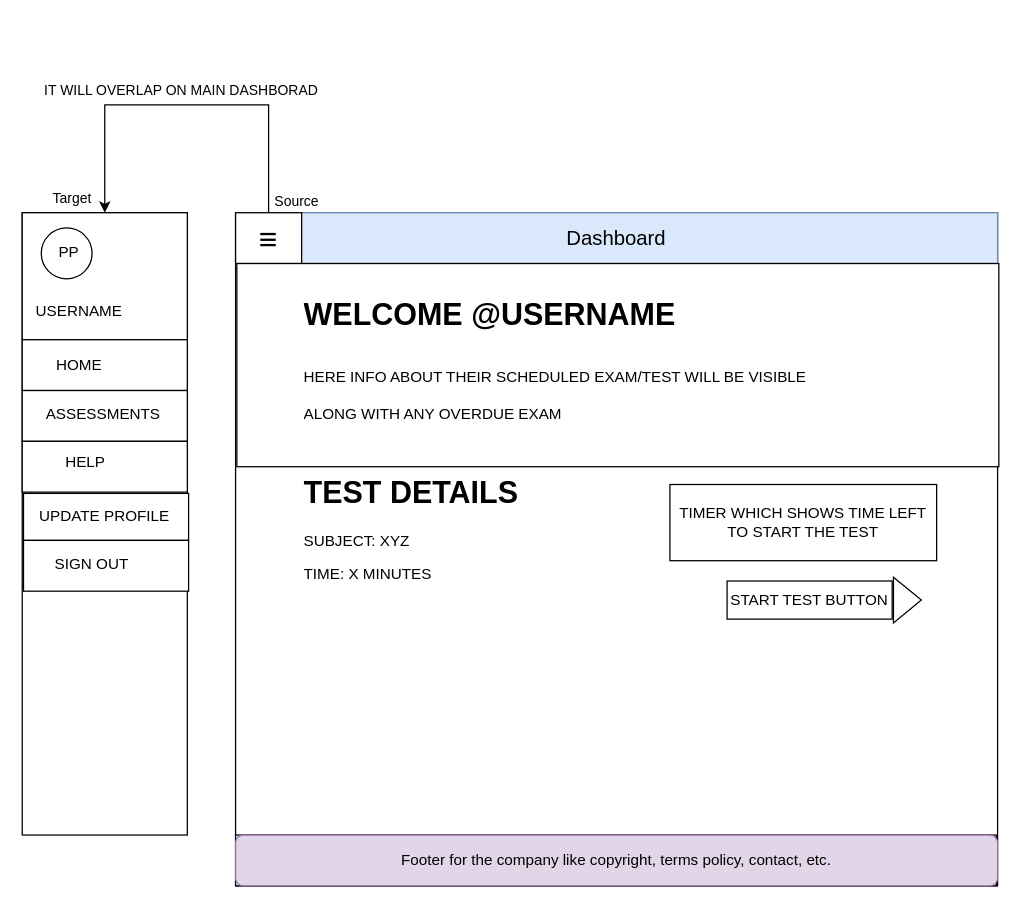
Above: website/layouts/Dashboard Layout 31May.drawio in en-25/frontend (draw.io), before the change. Source tidied: cells renumbered, new cells numbered last; positions are measured from the earlier drawing's top-left corner, leaving out a move shared by most shapes. Both pictures are drawn from the tidied source at 127%, with x=0, y=0 at pixel (22, 104).
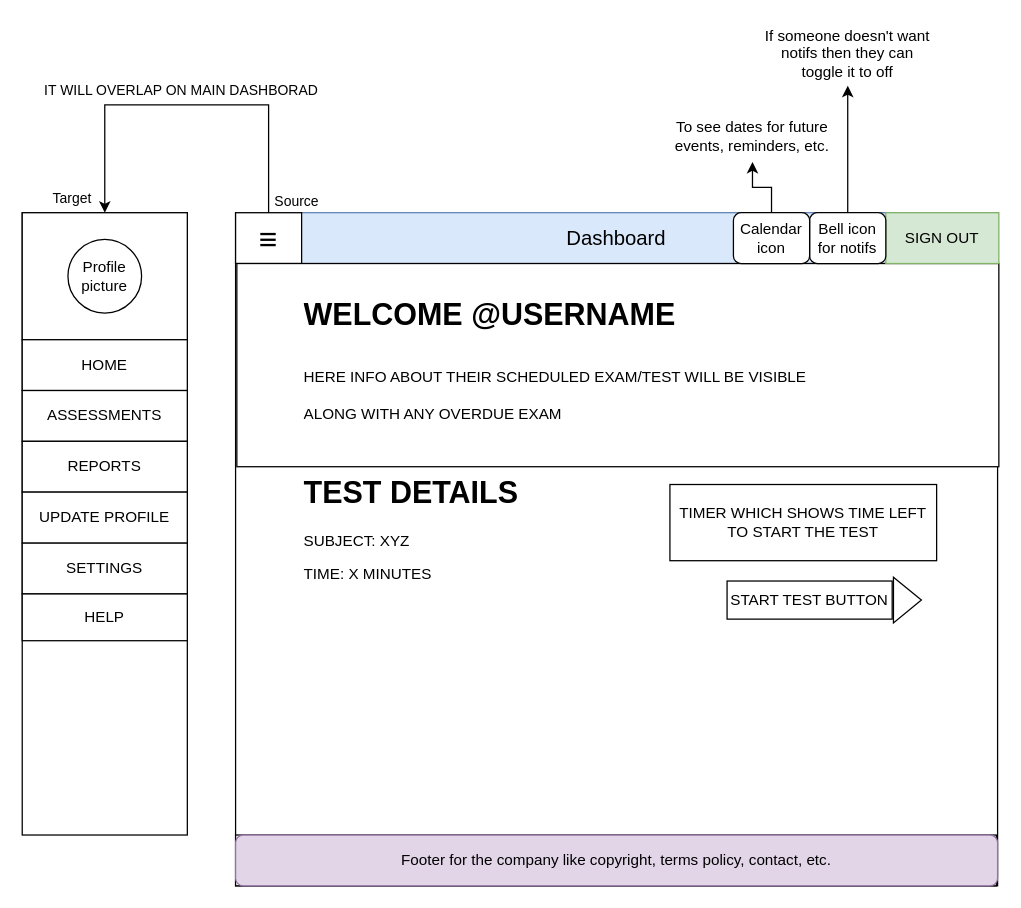
Above is the later version.

Commit message:
Update Dashboard Layout (Home).drawio

What changed in the source:
```diff
@@
-    <mxCell id="9" style="ellipse;whiteSpace=wrap;html=1;" parent="1" vertex="1">
-      <mxGeometry x="15" y="97" width="40" height="40" as="geometry" />
+    <mxCell id="9" value="Profile picture" style="ellipse;whiteSpace=wrap;html=1;" parent="1" vertex="1">
+      <mxGeometry x="36" y="106" width="58" height="58" as="geometry" />
     </mxCell>
-    <mxCell id="10" value="USERNAME" style="text;html=1;align=center;verticalAlign=middle;whiteSpace=wrap;rounded=0;" parent="1" vertex="1">
-      <mxGeometry x="15" y="148" width="60" height="30" as="geometry" />
-    </mxCell>
-    <mxCell id="11" style="rounded=0;whiteSpace=wrap;html=1;" parent="1" vertex="1">
+    <mxCell id="11" value="HOME" style="rounded=0;whiteSpace=wrap;html=1;" parent="1" vertex="1">
       <mxGeometry y="185" width="130" height="40" as="geometry" />
     </mxCell>
-    <mxCell id="12" style="rounded=0;whiteSpace=wrap;html=1;" parent="1" vertex="1">
+    <mxCell id="12" value="ASSESSMENTS" style="rounded=0;whiteSpace=wrap;html=1;" parent="1" vertex="1">
       <mxGeometry y="225" width="130" height="40" as="geometry" />
     </mxCell>
-    <mxCell id="13" style="rounded=0;whiteSpace=wrap;html=1;" parent="1" vertex="1">
-      <mxGeometry y="265" width="130" height="40" as="geometry" />
-    </mxCell>
-    <mxCell id="14" style="rounded=0;whiteSpace=wrap;html=1;" parent="1" vertex="1">
-      <mxGeometry x="1" y="306" width="130" height="37" as="geometry" />
+    <mxCell id="14" value="HELP" style="rounded=0;whiteSpace=wrap;html=1;" parent="1" vertex="1">
+      <mxGeometry y="385" width="130" height="37" as="geometry" />
     </mxCell>
-    <mxCell id="15" value="HOME" style="text;html=1;align=center;verticalAlign=middle;whiteSpace=wrap;rounded=0;" parent="1" vertex="1">
-      <mxGeometry x="15" y="190" width="60" height="30" as="geometry" />
-    </mxCell>
-    <mxCell id="16" value="ASSESSMENTS" style="text;html=1;align=center;verticalAlign=middle;whiteSpace=wrap;rounded=0;" parent="1" vertex="1">
-      <mxGeometry x="34" y="229" width="60" height="30" as="geometry" />
-    </mxCell>
-    <mxCell id="17" value="HELP" style="text;html=1;align=center;verticalAlign=middle;whiteSpace=wrap;rounded=0;" parent="1" vertex="1">
-      <mxGeometry x="20" y="267" width="60" height="30" as="geometry" />
-    </mxCell>
-    <mxCell id="18" value="UPDATE PROFILE" style="text;html=1;align=center;verticalAlign=middle;whiteSpace=wrap;rounded=0;" parent="1" vertex="1">
-      <mxGeometry x="12" y="309" width="106" height="30" as="geometry" />
-    </mxCell>
-    <mxCell id="19" style="rounded=0;whiteSpace=wrap;html=1;" parent="1" vertex="1">
-      <mxGeometry x="1" y="343" width="130" height="40" as="geometry" />
+    <mxCell id="19" value="SETTINGS" style="rounded=0;whiteSpace=wrap;html=1;" parent="1" vertex="1">
+      <mxGeometry y="345" width="130" height="40" as="geometry" />
     </mxCell>
-    <mxCell id="20" value="SIGN OUT" style="text;html=1;align=center;verticalAlign=middle;whiteSpace=wrap;rounded=0;" parent="1" vertex="1">
-      <mxGeometry x="25" y="347" width="60" height="30" as="geometry" />
-    </mxCell>
-    <mxCell id="21" value="PP" style="text;html=1;align=center;verticalAlign=middle;whiteSpace=wrap;rounded=0;" parent="1" vertex="1">
-      <mxGeometry x="7" y="101" width="60" height="30" as="geometry" />
-    </mxCell>
@@
+    <mxCell id="20" value="SIGN OUT" style="rounded=0;whiteSpace=wrap;html=1;fillColor=#d5e8d4;strokeColor=#82b366;" parent="1" vertex="1">
+      <mxGeometry x="680" y="85" width="89" height="40" as="geometry" />
+    </mxCell>
+    <mxCell id="32" style="edgeStyle=orthogonalEdgeStyle;rounded=0;jettySize=auto;html=1;exitX=0.5;exitY=0;exitDx=0;exitDy=0;entryX=0.5;entryY=1;entryDx=0;entryDy=0;" parent="1" edge="1" source="33" target="34">
+      <mxGeometry relative="1" as="geometry" />
+    </mxCell>
+    <mxCell id="33" value="Bell icon for notifs" style="rounded=1;whiteSpace=wrap;html=1;" parent="1" vertex="1">
+      <mxGeometry x="620" y="85" width="60" height="40" as="geometry" />
+    </mxCell>
+    <mxCell id="34" value="If someone doesn't want notifs then they can toggle it to off" style="text;html=1;align=center;verticalAlign=middle;whiteSpace=wrap;rounded=0;" parent="1" vertex="1">
+      <mxGeometry x="582" y="-65" width="136" height="50" as="geometry" />
+    </mxCell>
+    <mxCell id="35" style="edgeStyle=orthogonalEdgeStyle;rounded=0;jettySize=auto;html=1;exitX=0.5;exitY=0;exitDx=0;exitDy=0;entryX=0.5;entryY=1;entryDx=0;entryDy=0;" parent="1" edge="1" source="36" target="37">
+      <mxGeometry relative="1" as="geometry" />
+    </mxCell>
+    <mxCell id="36" value="Calendar icon" style="rounded=1;whiteSpace=wrap;html=1;" parent="1" vertex="1">
+      <mxGeometry x="560" y="85" width="60" height="40" as="geometry" />
+    </mxCell>
+    <mxCell id="37" value="To see dates for future events, reminders, etc." style="text;html=1;align=center;verticalAlign=middle;whiteSpace=wrap;rounded=0;" parent="1" vertex="1">
+      <mxGeometry x="510" y="5" width="130" height="40" as="geometry" />
+    </mxCell>
+    <mxCell id="38" value="REPORTS" style="rounded=0;whiteSpace=wrap;html=1;" parent="1" vertex="1">
+      <mxGeometry y="265" width="130" height="40" as="geometry" />
+    </mxCell>
+    <mxCell id="18" value="UPDATE PROFILE" style="rounded=0;whiteSpace=wrap;html=1;" parent="1" vertex="1">
+      <mxGeometry y="305" width="130" height="40" as="geometry" />
+    </mxCell>
```
